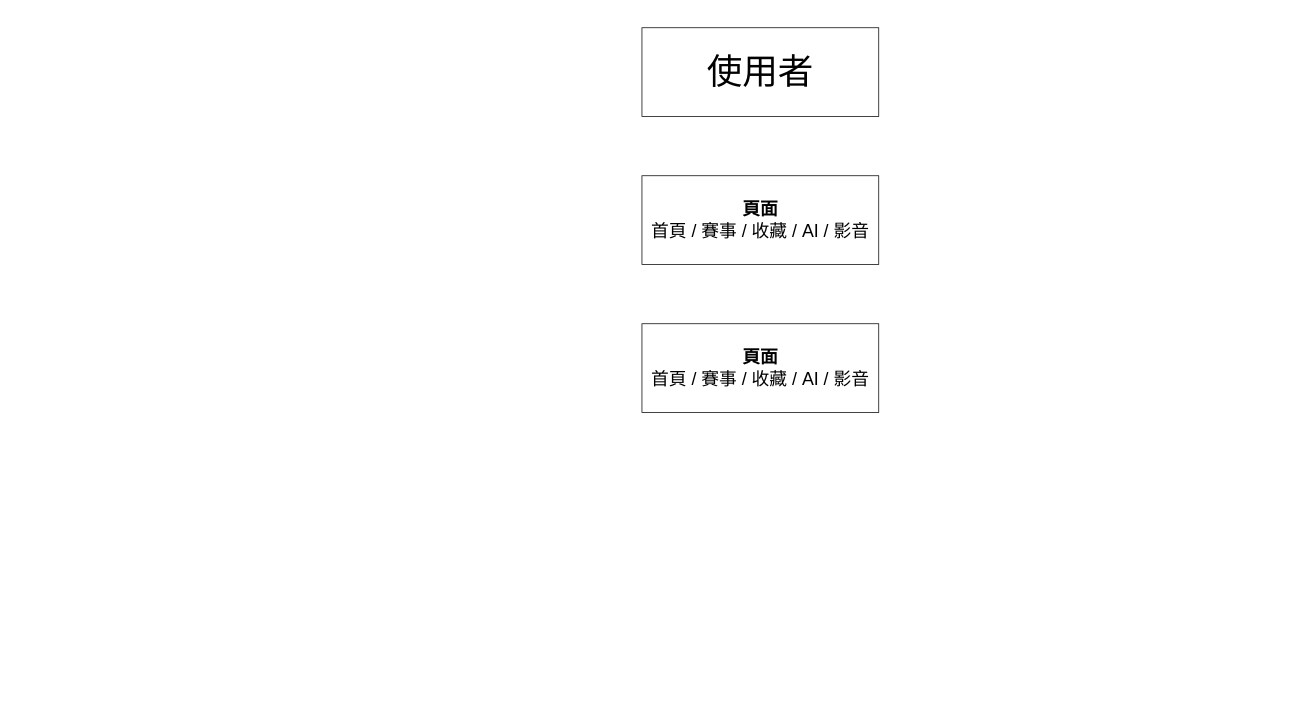
Earlier version of the draw.io diagram volleygo.drawio (shuuuuyu/draw.io). Source tidied: cells renumbered, new cells numbered last; positions are measured from the earlier drawing's top-left corner, leaving out a move shared by most shapes. Both pictures are drawn from the tidied source at 74%, with x=0, y=0 at pixel (642, 27).
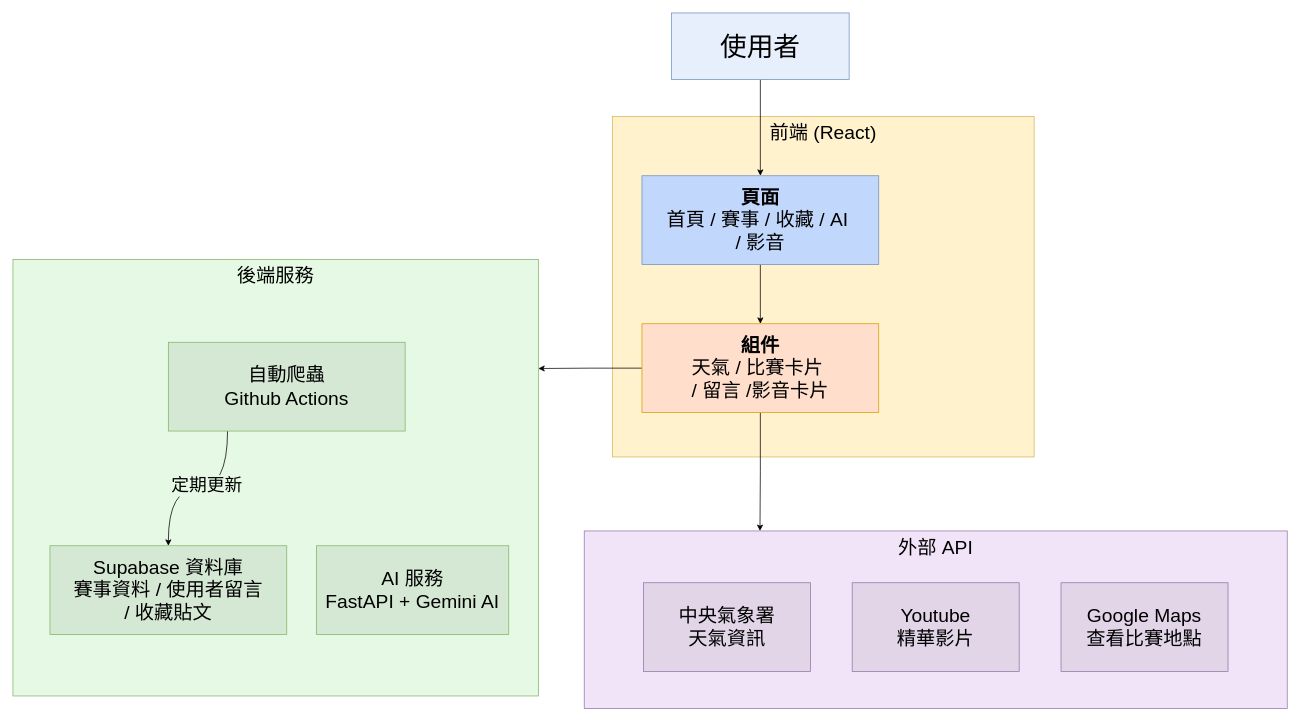
After the change.

The edit, as a diff of the source:
```diff
@@
+    <mxCell id="5" value="&lt;font style=&quot;font-size: 26px;&quot;&gt;後端服務&lt;/font&gt;" style="rounded=0;whiteSpace=wrap;html=1;fillColor=#E5F9E4;strokeColor=#82b366;verticalAlign=top;" parent="1" vertex="1">
+      <mxGeometry x="-850" y="313" width="710" height="590" as="geometry" />
+    </mxCell>
+    <mxCell id="6" value="&lt;span style=&quot;font-size: 26px;&quot;&gt;外部 API&lt;/span&gt;" style="rounded=0;whiteSpace=wrap;html=1;fillColor=#F1E4F8;strokeColor=#9673a6;verticalAlign=top;" parent="1" vertex="1">
+      <mxGeometry x="-78" y="680" width="950" height="240" as="geometry" />
+    </mxCell>
+    <mxCell id="7" value="&lt;font style=&quot;font-size: 26px;&quot;&gt;前端 (React)&lt;/font&gt;" style="rounded=0;whiteSpace=wrap;html=1;fillColor=#fff2cc;strokeColor=#d6b656;verticalAlign=top;" parent="1" vertex="1">
+      <mxGeometry x="-40" y="120" width="570" height="460" as="geometry" />
+    </mxCell>
+    <mxCell id="8" style="edgeStyle=orthogonalEdgeStyle;rounded=0;jettySize=auto;html=1;exitX=0.5;exitY=1;exitDx=0;exitDy=0;entryX=0.5;entryY=0;entryDx=0;entryDy=0;" parent="1" edge="1" source="2" target="3">
+      <mxGeometry relative="1" as="geometry" />
+    </mxCell>
-    <mxCell id="2" value="&lt;font style=&quot;font-size: 48px;&quot;&gt;使用者&lt;/font&gt;" style="rounded=0;whiteSpace=wrap;html=1;" parent="1" vertex="1">
-      <mxGeometry width="320" height="120" as="geometry" />
+    <mxCell id="2" value="&lt;font style=&quot;font-size: 36px;&quot;&gt;使用者&lt;/font&gt;" style="rounded=0;whiteSpace=wrap;html=1;fillColor=#E7EFFC;strokeColor=#6c8ebf;" parent="1" vertex="1">
+      <mxGeometry x="40" y="-20" width="240" height="90" as="geometry" />
     </mxCell>
+    <mxCell id="9" style="edgeStyle=orthogonalEdgeStyle;rounded=0;jettySize=auto;html=1;exitX=0.5;exitY=1;exitDx=0;exitDy=0;entryX=0.5;entryY=0;entryDx=0;entryDy=0;" parent="1" edge="1" source="3" target="4">
+      <mxGeometry relative="1" as="geometry" />
+    </mxCell>
-    <mxCell id="3" value="&lt;font style=&quot;font-size: 24px;&quot;&gt;&lt;b style=&quot;&quot;&gt;頁面&lt;/b&gt;&lt;/font&gt;&lt;div&gt;&lt;font style=&quot;font-size: 24px;&quot;&gt;首頁 / 賽事 / 收藏 / AI / 影音&lt;/font&gt;&lt;/div&gt;" style="rounded=0;whiteSpace=wrap;html=1;" parent="1" vertex="1">
+    <mxCell id="3" value="&lt;font&gt;&lt;b&gt;頁面&lt;/b&gt;&lt;/font&gt;&lt;div&gt;&lt;font&gt;首頁 / 賽事 / 收藏 / AI&amp;nbsp;&lt;/font&gt;&lt;/div&gt;&lt;div&gt;&lt;font&gt;/ 影音&lt;/font&gt;&lt;/div&gt;" style="rounded=0;whiteSpace=wrap;html=1;fontSize=26;fillColor=#C2D7FC;strokeColor=#6c8ebf;" parent="1" vertex="1">
       <mxGeometry y="200" width="320" height="120" as="geometry" />
     </mxCell>
+    <mxCell id="10" style="edgeStyle=orthogonalEdgeStyle;rounded=0;jettySize=auto;html=1;exitX=0.5;exitY=1;exitDx=0;exitDy=0;entryX=0.25;entryY=0;entryDx=0;entryDy=0;" parent="1" edge="1" source="4" target="6">
+      <mxGeometry relative="1" as="geometry" />
+    </mxCell>
+    <mxCell id="11" style="edgeStyle=orthogonalEdgeStyle;rounded=0;jettySize=auto;html=1;exitX=0;exitY=0.5;exitDx=0;exitDy=0;entryX=1;entryY=0.25;entryDx=0;entryDy=0;" parent="1" edge="1" source="4" target="5">
+      <mxGeometry relative="1" as="geometry" />
+    </mxCell>
-    <mxCell id="4" value="&lt;font style=&quot;font-size: 24px;&quot;&gt;&lt;b style=&quot;&quot;&gt;頁面&lt;/b&gt;&lt;/font&gt;&lt;div&gt;&lt;font style=&quot;font-size: 24px;&quot;&gt;首頁 / 賽事 / 收藏 / AI / 影音&lt;/font&gt;&lt;/div&gt;" style="rounded=0;whiteSpace=wrap;html=1;" parent="1" vertex="1">
+    <mxCell id="4" value="&lt;span&gt;&lt;b&gt;組件&lt;/b&gt;&lt;/span&gt;&lt;div&gt;&lt;span&gt;天氣 / 比賽卡片&amp;nbsp;&lt;/span&gt;&lt;/div&gt;&lt;div&gt;&lt;span&gt;/ 留言 /&lt;/span&gt;&lt;span style=&quot;background-color: transparent; color: light-dark(rgb(0, 0, 0), rgb(255, 255, 255));&quot;&gt;影音卡片&lt;/span&gt;&lt;/div&gt;" style="rounded=0;whiteSpace=wrap;html=1;fontSize=26;fillColor=#FFDECB;strokeColor=#d79b00;" parent="1" vertex="1">
       <mxGeometry y="400" width="320" height="120" as="geometry" />
     </mxCell>
+    <mxCell id="12" value="&lt;span&gt;AI 服務&lt;/span&gt;&lt;div&gt;&lt;span&gt;FastAPI + Gemini AI&lt;/span&gt;&lt;/div&gt;" style="rounded=0;whiteSpace=wrap;html=1;fontSize=26;fillColor=#d5e8d4;strokeColor=#82b366;" parent="1" vertex="1">
+      <mxGeometry x="-440" y="700" width="260" height="120" as="geometry" />
+    </mxCell>
+    <mxCell id="13" value="&lt;span&gt;Supabase 資料庫&lt;/span&gt;&lt;div&gt;&lt;span&gt;賽事資料 / 使用者留言&lt;/span&gt;&lt;/div&gt;&lt;div&gt;&lt;span&gt;/&amp;nbsp;&lt;/span&gt;&lt;span style=&quot;background-color: transparent; color: light-dark(rgb(0, 0, 0), rgb(255, 255, 255));&quot;&gt;收藏貼文&lt;/span&gt;&lt;/div&gt;" style="rounded=0;whiteSpace=wrap;html=1;fontSize=26;fillColor=#d5e8d4;strokeColor=#82b366;" parent="1" vertex="1">
+      <mxGeometry x="-800" y="700" width="320" height="120" as="geometry" />
+    </mxCell>
+    <mxCell id="14" style="edgeStyle=orthogonalEdgeStyle;rounded=0;jettySize=auto;html=1;exitX=0.25;exitY=1;exitDx=0;exitDy=0;entryX=0.5;entryY=0;entryDx=0;entryDy=0;curved=1;" parent="1" edge="1" source="16" target="13">
+      <mxGeometry relative="1" as="geometry" />
+    </mxCell>
+    <mxCell id="15" value="定期更新" style="edgeLabel;html=1;align=center;verticalAlign=middle;fontSize=24;labelBackgroundColor=#E5F9E4;" parent="14" vertex="1">
+      <mxGeometry x="-0.1" y="-4" relative="1" as="geometry" />
+    </mxCell>
+    <mxCell id="16" value="&lt;span&gt;自動爬蟲&lt;/span&gt;&lt;div&gt;&lt;span&gt;Github Actions&lt;/span&gt;&lt;/div&gt;" style="rounded=0;whiteSpace=wrap;html=1;fontSize=26;fillColor=#d5e8d4;strokeColor=#82b366;" parent="1" vertex="1">
+      <mxGeometry x="-640" y="425" width="320" height="120" as="geometry" />
+    </mxCell>
+    <mxCell id="17" style="group;" parent="1" vertex="1">
+      <mxGeometry x="2" y="750" width="790" height="120" as="geometry" />
+    </mxCell>
+    <mxCell id="18" value="&lt;span&gt;中央氣象署&lt;/span&gt;&lt;div&gt;&lt;span&gt;天氣資訊&lt;/span&gt;&lt;/div&gt;" style="rounded=0;whiteSpace=wrap;html=1;fontSize=26;fillColor=#e1d5e7;strokeColor=#9673a6;" parent="17" vertex="1">
+      <mxGeometry width="225.7" height="120" as="geometry" />
+    </mxCell>
+    <mxCell id="19" value="&lt;span&gt;Youtube&lt;/span&gt;&lt;div&gt;&lt;span&gt;精華影片&lt;/span&gt;&lt;/div&gt;" style="rounded=0;whiteSpace=wrap;html=1;fontSize=26;fillColor=#e1d5e7;strokeColor=#9673a6;" parent="17" vertex="1">
+      <mxGeometry x="282.1" width="225.7" height="120" as="geometry" />
+    </mxCell>
+    <mxCell id="20" value="&lt;span&gt;Google Maps&lt;/span&gt;&lt;div&gt;&lt;span&gt;查看比賽地點&lt;/span&gt;&lt;/div&gt;" style="rounded=0;whiteSpace=wrap;html=1;fontSize=26;fillColor=#e1d5e7;strokeColor=#9673a6;" parent="17" vertex="1">
+      <mxGeometry x="564.3" width="225.7" height="120" as="geometry" />
+    </mxCell>
```
